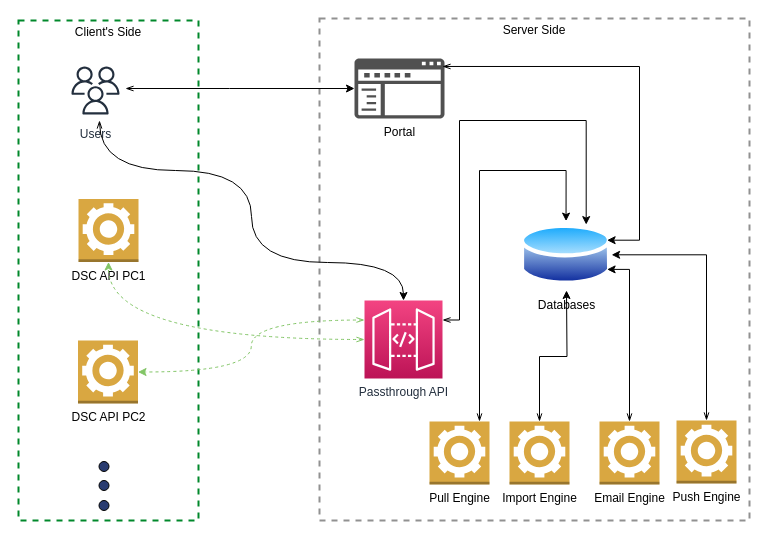
The draw.io diagram TKMDSC.drawio in superavesh/Diagrams, before the edit. Source tidied: cells renumbered, new cells numbered last; positions are measured from the earlier drawing's top-left corner, leaving out a move shared by most shapes. Both pictures are drawn from the tidied source at 100%, with x=0, y=0 at pixel (18, 18).
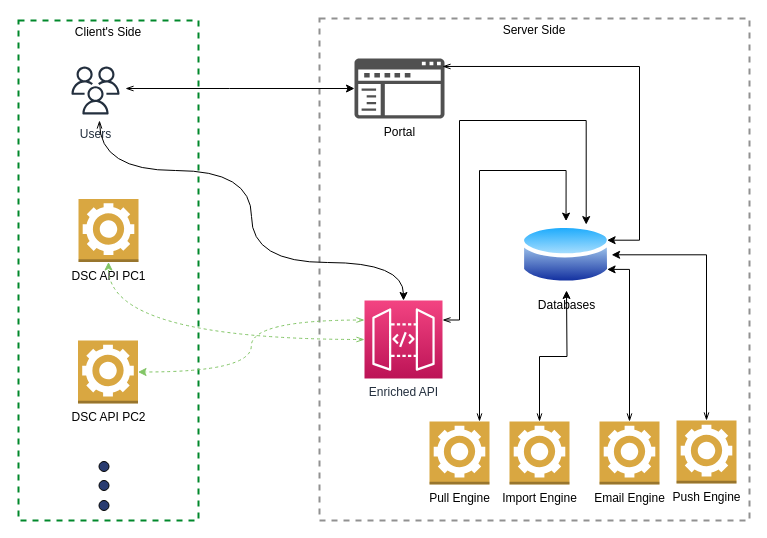
Above is the later version.

The change refers to these unchanged cells:
```xml
<mxCell id="4" value="Server Side" style="fontStyle=0;verticalAlign=top;align=center;spacingTop=-2;fillColor=none;rounded=0;whiteSpace=wrap;html=1;strokeColor=#919191;strokeWidth=2;dashed=1;" parent="1" vertex="1">
  <mxGeometry x="301" width="430" height="502" as="geometry" />
</mxCell>
```

The edit, as a diff of the source:
```diff
@@
-    <mxCell id="6" value="Passthrough API" style="points=[[0,0,0],[0.25,0,0],[0.5,0,0],[0.75,0,0],[1,0,0],[0,1,0],[0.25,1,0],[0.5,1,0],[0.75,1,0],[1,1,0],[0,0.25,0],[0,0.5,0],[0,0.75,0],[1,0.25,0],[1,0.5,0],[1,0.75,0]];outlineConnect=0;fontColor=#232F3E;gradientColor=#F34482;gradientDirection=north;fillColor=#BC1356;strokeColor=#ffffff;dashed=0;verticalLabelPosition=bottom;verticalAlign=top;align=center;html=1;fontSize=12;fontStyle=0;shape=mxgraph.aws4.resourceIcon;resIcon=mxgraph.aws4.api_gateway;" parent="4" vertex="1">
+    <mxCell id="6" value="Enriched API" style="points=[[0,0,0],[0.25,0,0],[0.5,0,0],[0.75,0,0],[1,0,0],[0,1,0],[0.25,1,0],[0.5,1,0],[0.75,1,0],[1,1,0],[0,0.25,0],[0,0.5,0],[0,0.75,0],[1,0.25,0],[1,0.5,0],[1,0.75,0]];outlineConnect=0;fontColor=#232F3E;gradientColor=#F34482;gradientDirection=north;fillColor=#BC1356;strokeColor=#ffffff;dashed=0;verticalLabelPosition=bottom;verticalAlign=top;align=center;html=1;fontSize=12;fontStyle=0;shape=mxgraph.aws4.resourceIcon;resIcon=mxgraph.aws4.api_gateway;" parent="4" vertex="1">
       <mxGeometry x="45" y="282" width="78" height="78" as="geometry" />
     </mxCell>
```
